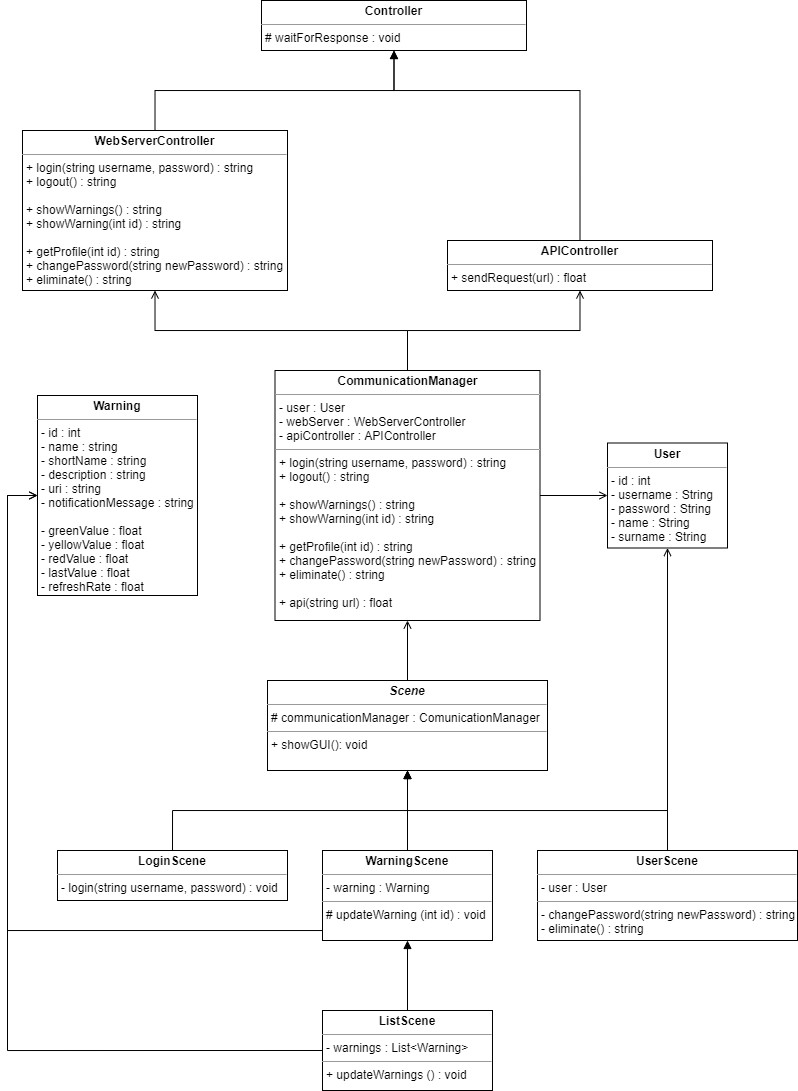
Above: Documents/Grafics/Diagrames-UML - App.png in eespunes/Plataforma-de-Visualitzacio-dAlertes-Sanitaries (draw.io), before the change. Source tidied: cells renumbered, new cells last; positions are measured from the earlier drawing's top-left corner, leaving out a move shared by most shapes.
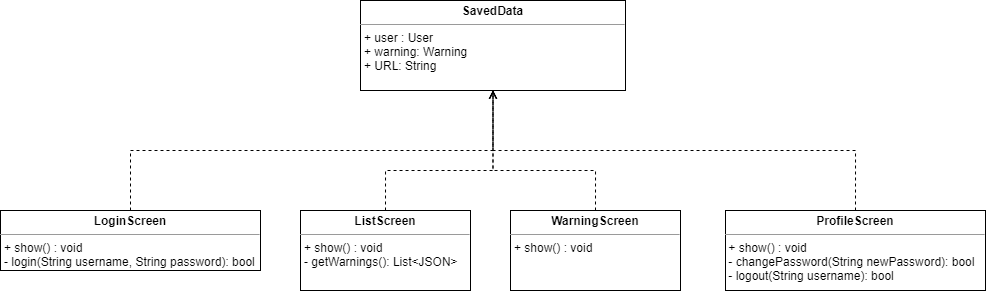
After the commit.

Diff of the diagram source:
```diff
@@ -2,97 +2,42 @@
   <root>
     <mxCell id="0" />
     <mxCell id="1" parent="0" />
-    <mxCell id="2" style="edgeStyle=orthogonalEdgeStyle;rounded=0;jettySize=auto;html=1;exitX=0.5;exitY=0;exitDx=0;exitDy=0;entryX=0.5;entryY=1;entryDx=0;entryDy=0;endArrow=block;endFill=1;" parent="1" edge="1" source="3" target="23">
+    <mxCell id="2" style="edgeStyle=orthogonalEdgeStyle;rounded=0;jettySize=auto;html=1;exitX=0.5;exitY=0;exitDx=0;exitDy=0;entryX=0.5;entryY=1;entryDx=0;entryDy=0;endArrow=open;endFill=0;dashed=1;" parent="1" edge="1" source="3" target="13">
       <mxGeometry relative="1" as="geometry" />
     </mxCell>
-    <mxCell id="3" value="&lt;p style=&quot;margin: 0px ; margin-top: 4px ; text-align: center&quot;&gt;&lt;b&gt;LoginScene&lt;/b&gt;&lt;/p&gt;&lt;hr size=&quot;1&quot;&gt;&lt;p style=&quot;margin: 0px ; margin-left: 4px&quot;&gt;&lt;/p&gt;&lt;p style=&quot;margin: 0px ; margin-left: 4px&quot;&gt;- login(string username, password) : void&lt;br&gt;&lt;/p&gt;" style="verticalAlign=top;align=left;overflow=fill;fontSize=12;fontFamily=Helvetica;html=1;" parent="1" vertex="1">
-      <mxGeometry x="50" y="850" width="230" height="50" as="geometry" />
+    <mxCell id="3" value="&lt;p style=&quot;margin: 0px ; margin-top: 4px ; text-align: center&quot;&gt;&lt;b&gt;LoginScreen&lt;/b&gt;&lt;/p&gt;&lt;hr size=&quot;1&quot;&gt;&lt;p style=&quot;margin: 0px ; margin-left: 4px&quot;&gt;&lt;/p&gt;&lt;p style=&quot;margin: 0px ; margin-left: 4px&quot;&gt;+ show() : void&lt;br&gt;&lt;/p&gt;&lt;p style=&quot;margin: 0px ; margin-left: 4px&quot;&gt;- login(String username, String password): bool&lt;/p&gt;" style="verticalAlign=top;align=left;overflow=fill;fontSize=12;fontFamily=Helvetica;html=1;" parent="1" vertex="1">
+      <mxGeometry x="20" y="850" width="260" height="60" as="geometry" />
     </mxCell>
-    <mxCell id="4" style="edgeStyle=orthogonalEdgeStyle;rounded=0;jettySize=auto;html=1;exitX=0.5;exitY=0;exitDx=0;exitDy=0;entryX=0.5;entryY=1;entryDx=0;entryDy=0;endArrow=block;endFill=1;" parent="1" edge="1" source="6" target="16">
-      <mxGeometry relative="1" as="geometry" />
-    </mxCell>
-    <mxCell id="5" style="edgeStyle=orthogonalEdgeStyle;rounded=0;jettySize=auto;html=1;exitX=0;exitY=0.5;exitDx=0;exitDy=0;entryX=0;entryY=0.5;entryDx=0;entryDy=0;endArrow=open;endFill=0;" parent="1" edge="1" source="6" target="24">
-      <mxGeometry relative="1" as="geometry">
-        <Array as="points">
-          <mxPoint y="1050" />
-          <mxPoint y="495" />
-        </Array>
-      </mxGeometry>
-    </mxCell>
+    <mxCell id="26" style="edgeStyle=orthogonalEdgeStyle;rounded=0;jettySize=auto;html=1;exitX=0.5;exitY=0;exitDx=0;exitDy=0;entryX=0.5;entryY=1;entryDx=0;entryDy=0;dashed=1;endArrow=open;endFill=0;" parent="1" edge="1" source="6" target="13">
+      <mxGeometry relative="1" as="geometry">
+        <Array as="points">
+          <mxPoint x="405" y="810" />
+          <mxPoint x="513" y="810" />
+        </Array>
+      </mxGeometry>
+    </mxCell>
-    <mxCell id="6" value="&lt;p style=&quot;margin: 0px ; margin-top: 4px ; text-align: center&quot;&gt;&lt;b&gt;ListScene&lt;/b&gt;&lt;/p&gt;&lt;hr size=&quot;1&quot;&gt;&lt;p style=&quot;margin: 0px ; margin-left: 4px&quot;&gt;- warnings : List&amp;lt;Warning&amp;gt;&lt;/p&gt;&lt;hr size=&quot;1&quot;&gt;&lt;p style=&quot;margin: 0px ; margin-left: 4px&quot;&gt;+ updateWarnings () : void&lt;/p&gt;" style="verticalAlign=top;align=left;overflow=fill;fontSize=12;fontFamily=Helvetica;html=1;" parent="1" vertex="1">
-      <mxGeometry x="315" y="1010" width="170" height="80" as="geometry" />
+    <mxCell id="6" value="&lt;p style=&quot;margin: 0px ; margin-top: 4px ; text-align: center&quot;&gt;&lt;b&gt;ListScreen&lt;/b&gt;&lt;/p&gt;&lt;hr size=&quot;1&quot;&gt;&lt;p style=&quot;margin: 0px ; margin-left: 4px&quot;&gt;+ show() : void&lt;br&gt;&lt;/p&gt;&lt;p style=&quot;margin: 0px ; margin-left: 4px&quot;&gt;- getWarnings(): List&amp;lt;JSON&amp;gt;&lt;/p&gt;" style="verticalAlign=top;align=left;overflow=fill;fontSize=12;fontFamily=Helvetica;html=1;" parent="1" vertex="1">
+      <mxGeometry x="320" y="850" width="170" height="80" as="geometry" />
     </mxCell>
-    <mxCell id="7" style="edgeStyle=orthogonalEdgeStyle;rounded=0;jettySize=auto;html=1;exitX=0.5;exitY=0;exitDx=0;exitDy=0;entryX=0.5;entryY=1;entryDx=0;entryDy=0;endArrow=block;endFill=1;" parent="1" edge="1" source="9" target="23">
-      <mxGeometry relative="1" as="geometry" />
-    </mxCell>
-    <mxCell id="8" style="edgeStyle=orthogonalEdgeStyle;rounded=0;jettySize=auto;html=1;exitX=0.75;exitY=0;exitDx=0;exitDy=0;endArrow=open;endFill=0;entryX=0.5;entryY=1;entryDx=0;entryDy=0;" parent="1" edge="1" source="9" target="17">
-      <mxGeometry relative="1" as="geometry">
-        <Array as="points">
-          <mxPoint x="660" y="850" />
-        </Array>
-      </mxGeometry>
-    </mxCell>
+    <mxCell id="27" style="edgeStyle=orthogonalEdgeStyle;rounded=0;jettySize=auto;html=1;exitX=0.5;exitY=0;exitDx=0;exitDy=0;entryX=0.5;entryY=1;entryDx=0;entryDy=0;dashed=1;endArrow=open;endFill=0;" parent="1" edge="1" source="9" target="13">
+      <mxGeometry relative="1" as="geometry" />
+    </mxCell>
-    <mxCell id="9" value="&lt;p style=&quot;margin: 0px ; margin-top: 4px ; text-align: center&quot;&gt;&lt;b&gt;UserScene&lt;/b&gt;&lt;/p&gt;&lt;hr size=&quot;1&quot;&gt;&lt;p style=&quot;margin: 0px ; margin-left: 4px&quot;&gt;- user : User&lt;/p&gt;&lt;hr size=&quot;1&quot;&gt;&lt;p style=&quot;margin: 0px 0px 0px 4px&quot;&gt;- changePassword(string newPassword) : string&lt;/p&gt;&lt;p style=&quot;margin: 0px 0px 0px 4px&quot;&gt;- eliminate() : string&lt;/p&gt;" style="verticalAlign=top;align=left;overflow=fill;fontSize=12;fontFamily=Helvetica;html=1;" parent="1" vertex="1">
-      <mxGeometry x="530" y="850" width="260" height="90" as="geometry" />
+    <mxCell id="9" value="&lt;p style=&quot;margin: 0px ; margin-top: 4px ; text-align: center&quot;&gt;&lt;b&gt;ProfileScreen&lt;/b&gt;&lt;/p&gt;&lt;hr size=&quot;1&quot;&gt;&lt;p style=&quot;margin: 0px ; margin-left: 4px&quot;&gt;&lt;/p&gt;&amp;nbsp;+ show() : void&lt;br&gt;&amp;nbsp;- changePassword(String newPassword): bool&lt;br&gt;&amp;nbsp;- logout(String username): bool" style="verticalAlign=top;align=left;overflow=fill;fontSize=12;fontFamily=Helvetica;html=1;" parent="1" vertex="1">
+      <mxGeometry x="745" y="850" width="260" height="80" as="geometry" />
     </mxCell>
-    <mxCell id="10" style="edgeStyle=orthogonalEdgeStyle;rounded=0;jettySize=auto;html=1;exitX=1;exitY=0.5;exitDx=0;exitDy=0;entryX=0;entryY=0.5;entryDx=0;entryDy=0;endArrow=open;endFill=0;" parent="1" edge="1" source="13" target="17">
-      <mxGeometry relative="1" as="geometry" />
-    </mxCell>
-    <mxCell id="11" style="edgeStyle=orthogonalEdgeStyle;rounded=0;jettySize=auto;html=1;exitX=0.5;exitY=0;exitDx=0;exitDy=0;entryX=0.5;entryY=1;entryDx=0;entryDy=0;endArrow=open;endFill=0;" parent="1" edge="1" source="13" target="19">
-      <mxGeometry relative="1" as="geometry" />
-    </mxCell>
-    <mxCell id="12" style="edgeStyle=orthogonalEdgeStyle;rounded=0;jettySize=auto;html=1;exitX=0.5;exitY=0;exitDx=0;exitDy=0;entryX=0.5;entryY=1;entryDx=0;entryDy=0;endArrow=open;endFill=0;" parent="1" edge="1" source="13" target="21">
-      <mxGeometry relative="1" as="geometry" />
-    </mxCell>
-    <mxCell id="13" value="&lt;p style=&quot;margin: 0px ; margin-top: 4px ; text-align: center&quot;&gt;&lt;b&gt;CommunicationManager&lt;/b&gt;&lt;/p&gt;&lt;hr size=&quot;1&quot;&gt;&lt;p style=&quot;margin: 0px ; margin-left: 4px&quot;&gt;- user : User&lt;/p&gt;&lt;p style=&quot;margin: 0px ; margin-left: 4px&quot;&gt;- webServer : WebServerController&lt;/p&gt;&lt;p style=&quot;margin: 0px ; margin-left: 4px&quot;&gt;- apiController : APIController&lt;/p&gt;&lt;hr size=&quot;1&quot;&gt;&lt;p style=&quot;margin: 0px 0px 0px 4px&quot;&gt;+ login(string username, password) : string&lt;/p&gt;&lt;p style=&quot;margin: 0px 0px 0px 4px&quot;&gt;+ logout() : string&lt;/p&gt;&lt;p style=&quot;margin: 0px 0px 0px 4px&quot;&gt;&lt;br&gt;&lt;/p&gt;&lt;p style=&quot;margin: 0px 0px 0px 4px&quot;&gt;+ showWarnings() : string&lt;/p&gt;&lt;p style=&quot;margin: 0px 0px 0px 4px&quot;&gt;+ showWarning(int id) : string&lt;/p&gt;&lt;p style=&quot;margin: 0px 0px 0px 4px&quot;&gt;&lt;br&gt;&lt;/p&gt;&lt;p style=&quot;margin: 0px 0px 0px 4px&quot;&gt;+ getProfile(int id) : string&lt;/p&gt;&lt;p style=&quot;margin: 0px 0px 0px 4px&quot;&gt;+ changePassword(string newPassword) : string&lt;/p&gt;&lt;p style=&quot;margin: 0px 0px 0px 4px&quot;&gt;+ eliminate() : string&lt;/p&gt;&lt;p style=&quot;margin: 0px 0px 0px 4px&quot;&gt;&lt;br&gt;&lt;/p&gt;&lt;p style=&quot;margin: 0px 0px 0px 4px&quot;&gt;+ api(string url) : float&lt;/p&gt;&lt;p style=&quot;margin: 0px 0px 0px 4px&quot;&gt;&lt;br&gt;&lt;/p&gt;" style="verticalAlign=top;align=left;overflow=fill;fontSize=12;fontFamily=Helvetica;html=1;" parent="1" vertex="1">
-      <mxGeometry x="267.5" y="370" width="265" height="250" as="geometry" />
+    <mxCell id="13" value="&lt;p style=&quot;margin: 0px ; margin-top: 4px ; text-align: center&quot;&gt;&lt;b&gt;SavedData&lt;/b&gt;&lt;/p&gt;&lt;hr size=&quot;1&quot;&gt;&lt;p style=&quot;margin: 0px ; margin-left: 4px&quot;&gt;+ user : User&lt;/p&gt;&lt;p style=&quot;margin: 0px ; margin-left: 4px&quot;&gt;+ warning: Warning&lt;/p&gt;&lt;p style=&quot;margin: 0px ; margin-left: 4px&quot;&gt;+ URL: String&lt;/p&gt;&lt;p style=&quot;margin: 0px 0px 0px 4px&quot;&gt;&lt;br&gt;&lt;/p&gt;&lt;p style=&quot;margin: 0px 0px 0px 4px&quot;&gt;&lt;br&gt;&lt;/p&gt;" style="verticalAlign=top;align=left;overflow=fill;fontSize=12;fontFamily=Helvetica;html=1;" parent="1" vertex="1">
+      <mxGeometry x="380" y="640" width="265" height="90" as="geometry" />
     </mxCell>
-    <mxCell id="14" style="edgeStyle=orthogonalEdgeStyle;rounded=0;jettySize=auto;html=1;exitX=0.5;exitY=0;exitDx=0;exitDy=0;entryX=0.5;entryY=1;entryDx=0;entryDy=0;endArrow=block;endFill=1;" parent="1" edge="1" source="16" target="23">
-      <mxGeometry relative="1" as="geometry" />
-    </mxCell>
-    <mxCell id="15" style="edgeStyle=orthogonalEdgeStyle;rounded=0;jettySize=auto;html=1;exitX=0;exitY=0.5;exitDx=0;exitDy=0;endArrow=open;endFill=0;entryX=0;entryY=0.5;entryDx=0;entryDy=0;" parent="1" edge="1" source="16" target="24">
-      <mxGeometry relative="1" as="geometry">
-        <Array as="points">
-          <mxPoint x="315" y="930" />
-          <mxPoint y="930" />
-          <mxPoint y="495" />
-        </Array>
-      </mxGeometry>
-    </mxCell>
+    <mxCell id="28" style="edgeStyle=orthogonalEdgeStyle;rounded=0;jettySize=auto;html=1;exitX=0.5;exitY=0;exitDx=0;exitDy=0;dashed=1;endArrow=open;endFill=0;entryX=0.5;entryY=1;entryDx=0;entryDy=0;" parent="1" edge="1" source="16" target="13">
+      <mxGeometry relative="1" as="geometry">
+        <Array as="points">
+          <mxPoint x="615" y="810" />
+          <mxPoint x="513" y="810" />
+        </Array>
+      </mxGeometry>
+    </mxCell>
-    <mxCell id="16" value="&lt;p style=&quot;margin: 0px ; margin-top: 4px ; text-align: center&quot;&gt;&lt;b&gt;WarningScene&lt;/b&gt;&lt;/p&gt;&lt;hr size=&quot;1&quot;&gt;&lt;p style=&quot;margin: 0px ; margin-left: 4px&quot;&gt;- warning : Warning&lt;/p&gt;&lt;hr size=&quot;1&quot;&gt;&lt;p style=&quot;margin: 0px ; margin-left: 4px&quot;&gt;# updateWarning (int id) : void&lt;br&gt;&lt;/p&gt;" style="verticalAlign=top;align=left;overflow=fill;fontSize=12;fontFamily=Helvetica;html=1;" parent="1" vertex="1">
-      <mxGeometry x="315" y="850" width="170" height="90" as="geometry" />
+    <mxCell id="16" value="&lt;p style=&quot;margin: 0px ; margin-top: 4px ; text-align: center&quot;&gt;&lt;b&gt;WarningScreen&lt;/b&gt;&lt;/p&gt;&lt;hr size=&quot;1&quot;&gt;&lt;p style=&quot;margin: 0px ; margin-left: 4px&quot;&gt;&lt;/p&gt;&lt;p style=&quot;margin: 0px ; margin-left: 4px&quot;&gt;+ show() : void&lt;br&gt;&lt;/p&gt;" style="verticalAlign=top;align=left;overflow=fill;fontSize=12;fontFamily=Helvetica;html=1;" parent="1" vertex="1">
+      <mxGeometry x="530" y="850" width="170" height="80" as="geometry" />
     </mxCell>
-    <mxCell id="17" value="&lt;p style=&quot;margin: 0px ; margin-top: 4px ; text-align: center&quot;&gt;&lt;b&gt;User&lt;/b&gt;&lt;/p&gt;&lt;hr size=&quot;1&quot;&gt;&lt;p style=&quot;margin: 0px ; margin-left: 4px&quot;&gt;&lt;/p&gt;&lt;p style=&quot;margin: 0px ; margin-left: 4px&quot;&gt;- id : int&amp;nbsp;&lt;/p&gt;&lt;p style=&quot;margin: 0px ; margin-left: 4px&quot;&gt;- username : String&amp;nbsp;&lt;/p&gt;&lt;p style=&quot;margin: 0px ; margin-left: 4px&quot;&gt;- password : String&amp;nbsp;&lt;/p&gt;&lt;p style=&quot;margin: 0px ; margin-left: 4px&quot;&gt;- name : String&amp;nbsp;&lt;/p&gt;&lt;p style=&quot;margin: 0px ; margin-left: 4px&quot;&gt;- surname : String&amp;nbsp;&lt;/p&gt;&lt;span class=&quot;pl-en&quot; style=&quot;box-sizing: border-box&quot;&gt;&lt;br&gt;&lt;/span&gt;" style="verticalAlign=top;align=left;overflow=fill;fontSize=12;fontFamily=Helvetica;html=1;" parent="1" vertex="1">
-      <mxGeometry x="600" y="442.5" width="120" height="105" as="geometry" />
-    </mxCell>
-    <mxCell id="18" style="edgeStyle=orthogonalEdgeStyle;rounded=0;jettySize=auto;html=1;exitX=0.5;exitY=0;exitDx=0;exitDy=0;endArrow=block;endFill=1;entryX=0.5;entryY=1;entryDx=0;entryDy=0;" parent="1" edge="1" source="19" target="25">
-      <mxGeometry relative="1" as="geometry" />
-    </mxCell>
-    <mxCell id="19" value="&lt;p style=&quot;margin: 0px ; margin-top: 4px ; text-align: center&quot;&gt;&lt;b&gt;WebServerController&lt;/b&gt;&lt;/p&gt;&lt;hr size=&quot;1&quot;&gt;&lt;p style=&quot;margin: 0px 0px 0px 4px&quot;&gt;+ login(string username, password) : string&lt;/p&gt;&lt;p style=&quot;margin: 0px 0px 0px 4px&quot;&gt;+ logout() : string&lt;/p&gt;&lt;p style=&quot;margin: 0px 0px 0px 4px&quot;&gt;&lt;br&gt;&lt;/p&gt;&lt;p style=&quot;margin: 0px 0px 0px 4px&quot;&gt;+ showWarnings() : string&lt;/p&gt;&lt;p style=&quot;margin: 0px 0px 0px 4px&quot;&gt;+ showWarning(int id) : string&lt;/p&gt;&lt;p style=&quot;margin: 0px 0px 0px 4px&quot;&gt;&lt;br&gt;&lt;/p&gt;&lt;p style=&quot;margin: 0px 0px 0px 4px&quot;&gt;+ getProfile(int id) : string&lt;/p&gt;&lt;p style=&quot;margin: 0px 0px 0px 4px&quot;&gt;+ changePassword(string newPassword) : string&lt;/p&gt;&lt;p style=&quot;margin: 0px 0px 0px 4px&quot;&gt;+ eliminate() : string&lt;/p&gt;" style="verticalAlign=top;align=left;overflow=fill;fontSize=12;fontFamily=Helvetica;html=1;" parent="1" vertex="1">
-      <mxGeometry x="15" y="130" width="265" height="160" as="geometry" />
-    </mxCell>
-    <mxCell id="20" style="edgeStyle=orthogonalEdgeStyle;rounded=0;jettySize=auto;html=1;exitX=0.5;exitY=0;exitDx=0;exitDy=0;entryX=0.5;entryY=1;entryDx=0;entryDy=0;endArrow=block;endFill=1;" parent="1" edge="1" source="21" target="25">
-      <mxGeometry relative="1" as="geometry">
-        <Array as="points">
-          <mxPoint x="573" y="90" />
-          <mxPoint x="387" y="90" />
-        </Array>
-      </mxGeometry>
-    </mxCell>
-    <mxCell id="21" value="&lt;p style=&quot;margin: 0px ; margin-top: 4px ; text-align: center&quot;&gt;&lt;b&gt;APIController&lt;/b&gt;&lt;/p&gt;&lt;hr size=&quot;1&quot;&gt;&lt;p style=&quot;margin: 0px 0px 0px 4px&quot;&gt;+ sendRequest(url) : float&lt;/p&gt;" style="verticalAlign=top;align=left;overflow=fill;fontSize=12;fontFamily=Helvetica;html=1;" parent="1" vertex="1">
-      <mxGeometry x="440" y="240" width="265" height="50" as="geometry" />
-    </mxCell>
-    <mxCell id="22" style="edgeStyle=orthogonalEdgeStyle;rounded=0;jettySize=auto;html=1;exitX=0.5;exitY=0;exitDx=0;exitDy=0;entryX=0.5;entryY=1;entryDx=0;entryDy=0;endArrow=open;endFill=0;" parent="1" edge="1" source="23" target="13">
-      <mxGeometry relative="1" as="geometry" />
-    </mxCell>
-    <mxCell id="23" value="&lt;p style=&quot;margin: 0px ; margin-top: 4px ; text-align: center&quot;&gt;&lt;b&gt;&lt;i&gt;Scene&lt;/i&gt;&lt;/b&gt;&lt;/p&gt;&lt;hr size=&quot;1&quot;&gt;&lt;p style=&quot;margin: 0px ; margin-left: 4px&quot;&gt;# communicationManager : ComunicationManager&lt;/p&gt;&lt;hr size=&quot;1&quot;&gt;&lt;p style=&quot;margin: 0px ; margin-left: 4px&quot;&gt;+ showGUI(): void&lt;/p&gt;" style="verticalAlign=top;align=left;overflow=fill;fontSize=12;fontFamily=Helvetica;html=1;" parent="1" vertex="1">
-      <mxGeometry x="260" y="680" width="280" height="90" as="geometry" />
-    </mxCell>
-    <mxCell id="24" value="&lt;p style=&quot;margin: 0px ; margin-top: 4px ; text-align: center&quot;&gt;&lt;b&gt;Warning&lt;/b&gt;&lt;/p&gt;&lt;hr size=&quot;1&quot;&gt;&lt;p style=&quot;margin: 0px ; margin-left: 4px&quot;&gt;&lt;/p&gt;&lt;p style=&quot;margin: 0px ; margin-left: 4px&quot;&gt;- id : int&amp;nbsp;&lt;/p&gt;&lt;p style=&quot;margin: 0px ; margin-left: 4px&quot;&gt;- name : string&amp;nbsp;&lt;/p&gt;&lt;p style=&quot;margin: 0px ; margin-left: 4px&quot;&gt;- shortName : string&amp;nbsp;&lt;/p&gt;&lt;p style=&quot;margin: 0px ; margin-left: 4px&quot;&gt;- description : string&amp;nbsp;&lt;/p&gt;&lt;p style=&quot;margin: 0px ; margin-left: 4px&quot;&gt;- uri : string&amp;nbsp;&lt;/p&gt;&lt;p style=&quot;margin: 0px ; margin-left: 4px&quot;&gt;- notificationMessage : string&amp;nbsp;&lt;/p&gt;&lt;p style=&quot;margin: 0px ; margin-left: 4px&quot;&gt;&lt;br&gt;&lt;/p&gt;&lt;p style=&quot;margin: 0px ; margin-left: 4px&quot;&gt;- greenValue : float&amp;nbsp;&lt;/p&gt;&lt;p style=&quot;margin: 0px ; margin-left: 4px&quot;&gt;- yellowValue : float&amp;nbsp;&lt;/p&gt;&lt;p style=&quot;margin: 0px ; margin-left: 4px&quot;&gt;- redValue : float&amp;nbsp;&lt;/p&gt;&lt;p style=&quot;margin: 0px ; margin-left: 4px&quot;&gt;- lastValue : float&amp;nbsp;&lt;/p&gt;&lt;p style=&quot;margin: 0px ; margin-left: 4px&quot;&gt;- refreshRate : float&amp;nbsp;&lt;/p&gt;&lt;span class=&quot;pl-en&quot; style=&quot;box-sizing: border-box&quot;&gt;&lt;br&gt;&lt;/span&gt;" style="verticalAlign=top;align=left;overflow=fill;fontSize=12;fontFamily=Helvetica;html=1;" parent="1" vertex="1">
-      <mxGeometry x="30" y="395" width="160" height="200" as="geometry" />
-    </mxCell>
-    <mxCell id="25" value="&lt;p style=&quot;margin: 0px ; margin-top: 4px ; text-align: center&quot;&gt;&lt;b&gt;Controller&lt;/b&gt;&lt;/p&gt;&lt;hr size=&quot;1&quot;&gt;&lt;p style=&quot;margin: 0px 0px 0px 4px&quot;&gt;# waitForResponse : void&lt;br&gt;&lt;/p&gt;" style="verticalAlign=top;align=left;overflow=fill;fontSize=12;fontFamily=Helvetica;html=1;" parent="1" vertex="1">
-      <mxGeometry x="254" width="265" height="50" as="geometry" />
-    </mxCell>
   </root>
 </mxGraphModel>
```
